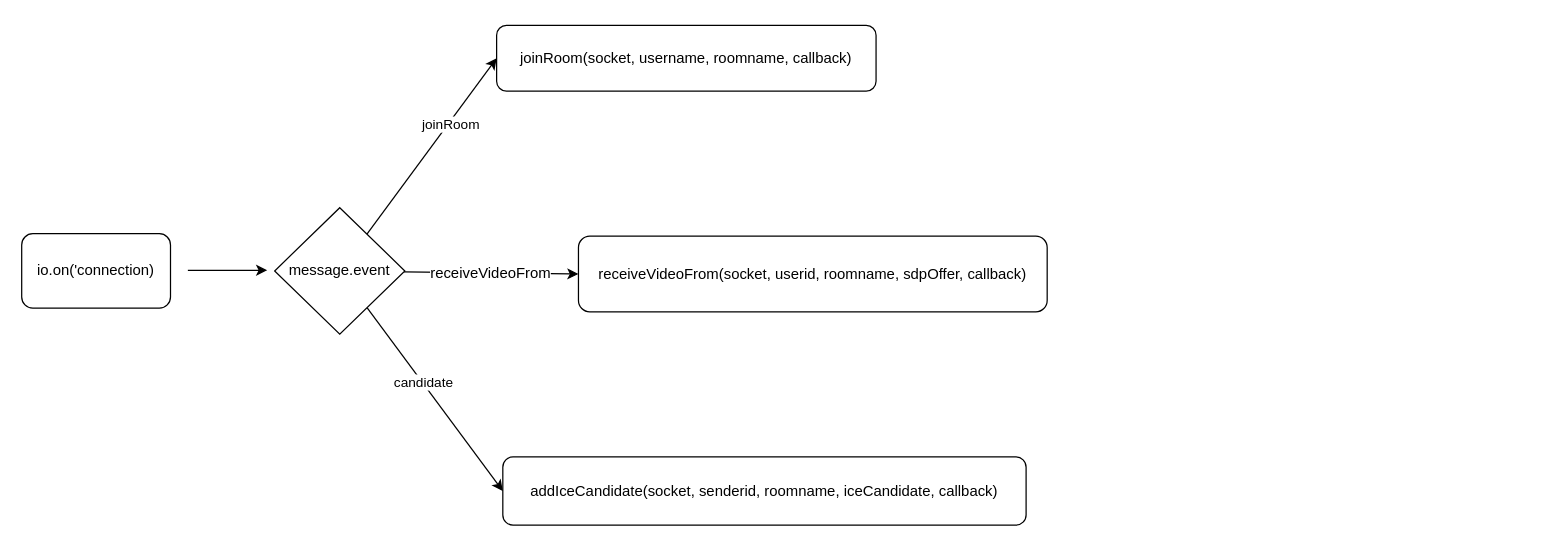
Earlier version of the draw.io diagram signal_server_flow.drawio (linhabc/webrtc_kms_signaling). Source tidied: cells renumbered, new cells numbered last; positions are measured from the earlier drawing's top-left corner, leaving out a move shared by most shapes. Both pictures are drawn from the tidied source at 124%, with x=0, y=0 at pixel (21, 25).
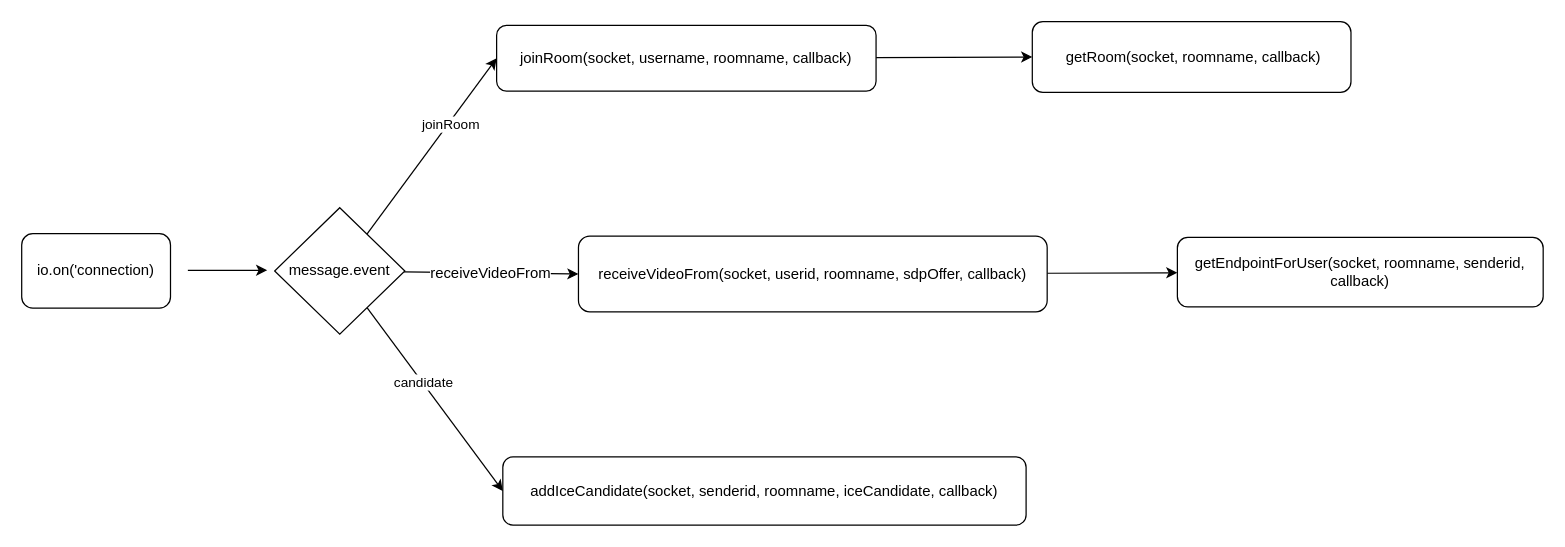
The same page after the edit.

What changed in the source:
```diff
@@
 <mxGraphModel>
   <root>
     <mxCell id="0" />
     <mxCell id="1" parent="0" />
     <mxCell id="2" value="&lt;span&gt;io.on('connection)&lt;/span&gt;" style="rounded=1;whiteSpace=wrap;html=1;" parent="1" vertex="1">
       <mxGeometry y="168" width="120" height="60" as="geometry" />
     </mxCell>
+    <mxCell id="13" style="edgeStyle=none;rounded=0;jettySize=auto;html=1;entryX=0;entryY=0.5;entryDx=0;entryDy=0;" parent="1" edge="1" source="3" target="15">
+      <mxGeometry relative="1" as="geometry" />
+    </mxCell>
     <mxCell id="3" value="joinRoom(socket, username, roomname, callback)" style="rounded=1;whiteSpace=wrap;html=1;" parent="1" vertex="1">
       <mxGeometry x="383" width="306" height="53" as="geometry" />
     </mxCell>
+    <mxCell id="14" style="edgeStyle=none;rounded=0;jettySize=auto;html=1;" parent="1" edge="1" source="4" target="16">
+      <mxGeometry relative="1" as="geometry" />
+    </mxCell>
     <mxCell id="4" value="receiveVideoFrom(socket, userid, roomname, sdpOffer, callback)" style="rounded=1;whiteSpace=wrap;html=1;" parent="1" vertex="1">
       <mxGeometry x="449" y="170" width="378" height="61" as="geometry" />
     </mxCell>
     <mxCell id="5" value="addIceCandidate(socket, senderid, roomname, iceCandidate, callback)" style="rounded=1;whiteSpace=wrap;html=1;" parent="1" vertex="1">
       <mxGeometry x="388" y="348" width="422" height="55" as="geometry" />
     </mxCell>
     <mxCell id="6" style="endArrow=classic;html=1;" parent="1" edge="1">
       <mxGeometry relative="1" as="geometry">
         <mxPoint x="134" y="197.5" as="sourcePoint" />
         <mxPoint x="198" y="197.5" as="targetPoint" />
       </mxGeometry>
     </mxCell>
     <mxCell id="7" style="rounded=0;jettySize=auto;html=1;entryX=0;entryY=0.5;entryDx=0;entryDy=0;" parent="1" edge="1" source="12" target="3">
       <mxGeometry relative="1" as="geometry" />
     </mxCell>
     <mxCell id="8" value="joinRoom" style="edgeLabel;html=1;align=center;verticalAlign=middle;" parent="7" vertex="1">
       <mxGeometry x="0.26" y="-1" relative="1" as="geometry" />
     </mxCell>
     <mxCell id="9" value="&lt;span style=&quot;color: rgb(0, 0, 0); font-family: helvetica; font-size: 12px; font-style: normal; font-weight: 400; letter-spacing: normal; text-align: center; text-indent: 0px; text-transform: none; word-spacing: 0px; background-color: rgb(255, 255, 255); display: inline; float: none;&quot;&gt;receiveVideoFrom&lt;/span&gt;" style="edgeStyle=none;rounded=0;jettySize=auto;html=1;entryX=0;entryY=0.5;entryDx=0;entryDy=0;" parent="1" edge="1" source="12" target="4">
       <mxGeometry relative="1" as="geometry" />
     </mxCell>
     <mxCell id="10" style="edgeStyle=none;rounded=0;jettySize=auto;html=1;entryX=0;entryY=0.5;entryDx=0;entryDy=0;" parent="1" edge="1" source="12" target="5">
       <mxGeometry relative="1" as="geometry" />
     </mxCell>
     <mxCell id="11" value="candidate" style="edgeLabel;html=1;align=center;verticalAlign=middle;" parent="10" vertex="1">
       <mxGeometry x="-0.18" relative="1" as="geometry" />
     </mxCell>
     <mxCell id="12" value="message.event" style="rhombus;whiteSpace=wrap;html=1;" parent="1" vertex="1">
       <mxGeometry x="204" y="147" width="105" height="102" as="geometry" />
     </mxCell>
+    <mxCell id="15" value="&amp;nbsp;getRoom(socket, roomname, callback)" style="rounded=1;whiteSpace=wrap;html=1;" parent="1" vertex="1">
+      <mxGeometry x="815" y="-3" width="257" height="57" as="geometry" />
+    </mxCell>
+    <mxCell id="16" value="getEndpointForUser(socket, roomname, senderid, callback)" style="rounded=1;whiteSpace=wrap;html=1;" parent="1" vertex="1">
+      <mxGeometry x="932" y="171" width="295" height="56" as="geometry" />
+    </mxCell>
   </root>
 </mxGraphModel>
```
